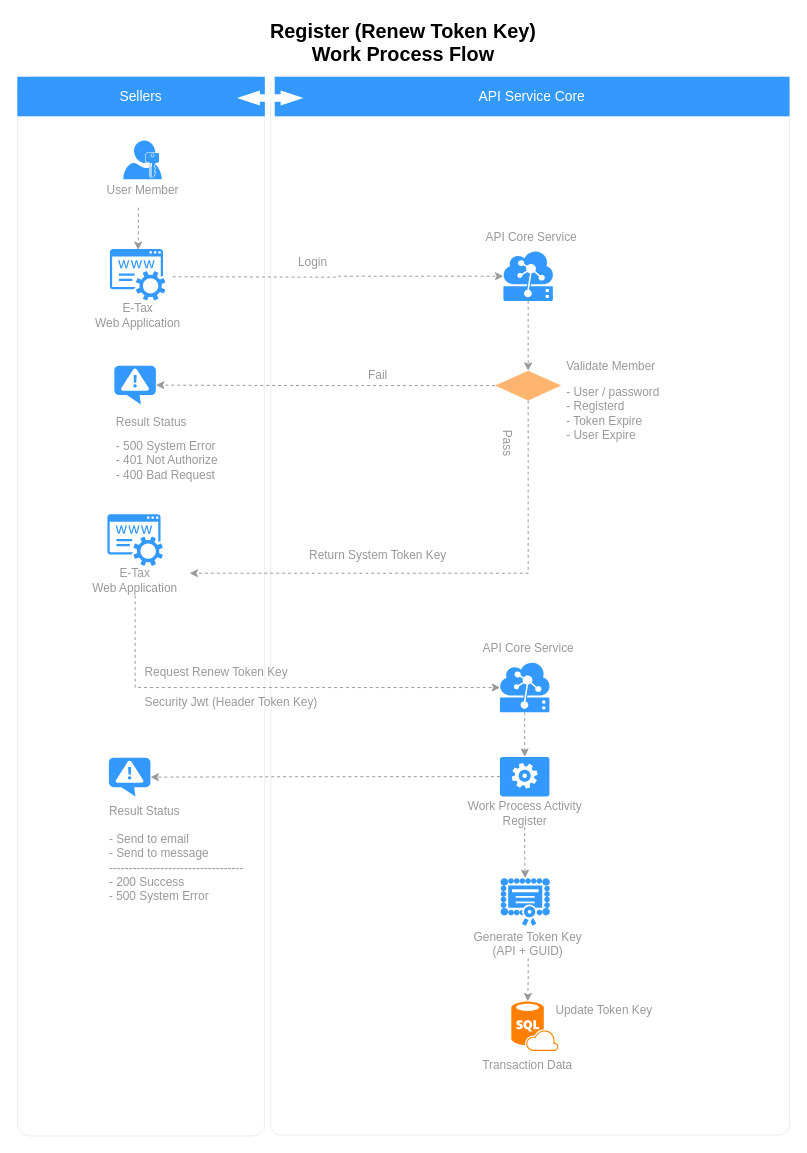
Above: Register Renew Token-Key.drawio in nirawat/eTax (draw.io), before the change. Source tidied: cells renumbered, new cells numbered last; positions are measured from the earlier drawing's top-left corner, leaving out a move shared by most shapes. Both pictures are drawn from the tidied source at 99%, with x=0, y=0 at pixel (17, 17).
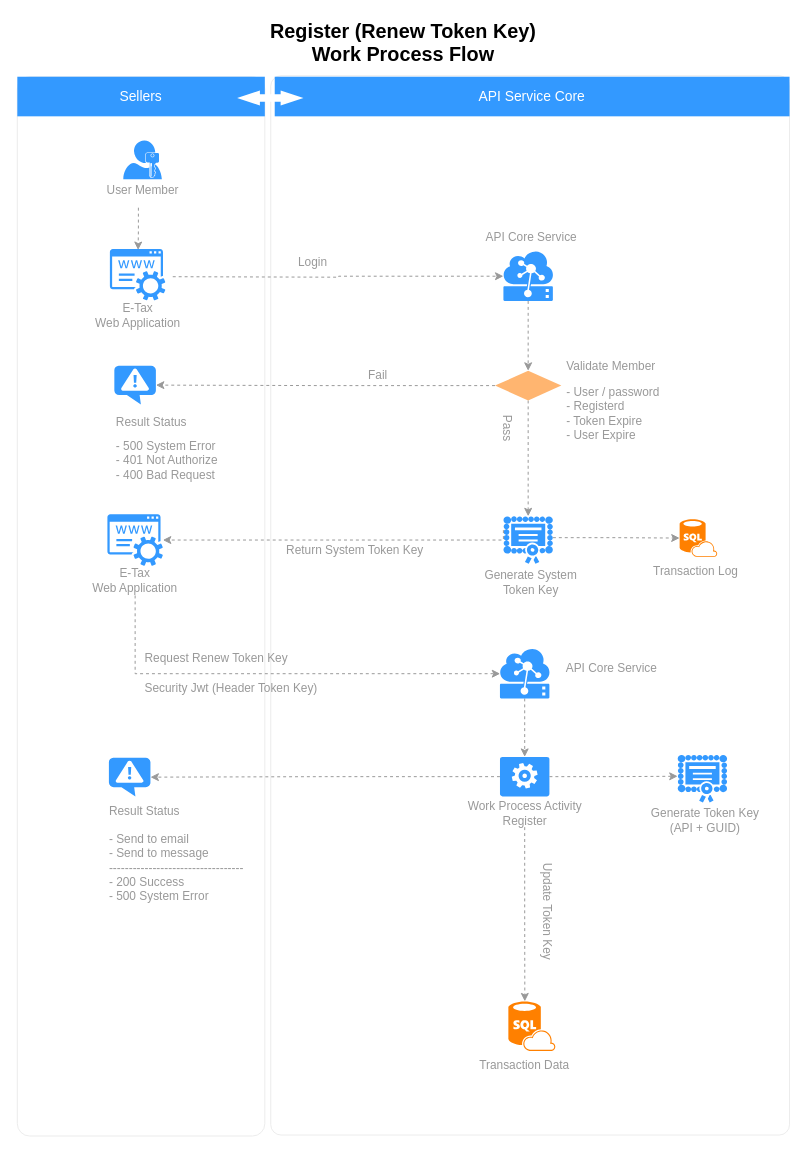
After the change.

The change refers to these unchanged cells:
```xml
<mxCell id="13" style="shadow=0;dashed=0;html=1;strokeColor=none;labelPosition=center;verticalLabelPosition=bottom;verticalAlign=top;align=center;shape=mxgraph.mscae.intune.inventory_license;fillColor=#3399FF;fontSize=14;" parent="12" vertex="1">
  <mxGeometry x="29" y="3" width="50" height="48" as="geometry" />
</mxCell>
<mxCell id="14" value="Generate Token Key&lt;br&gt;(API + GUID)&lt;br&gt;" style="text;html=1;strokeColor=none;fillColor=none;align=center;verticalAlign=middle;whiteSpace=wrap;rounded=0;fontSize=12;fontColor=#999999;" parent="12" vertex="1">
  <mxGeometry y="54" width="114" height="30" as="geometry" />
</mxCell>
<mxCell id="23" style="verticalLabelPosition=bottom;html=1;verticalAlign=top;align=center;strokeColor=none;fillColor=#FF8000;shape=mxgraph.azure.sql_database_sql_azure;fontSize=12;fontColor=#999999;" parent="21" vertex="1">
  <mxGeometry x="31" width="47.5" height="50" as="geometry" />
</mxCell>
<mxCell id="26" style="rhombus;whiteSpace=wrap;html=1;strokeColor=none;strokeWidth=1;fillColor=#FFB570;fontSize=12;fontColor=#999999;align=left;" parent="1" vertex="1">
  <mxGeometry x="482.5" y="357" width="67" height="30" as="geometry" />
</mxCell>
<mxCell id="38" style="shadow=0;dashed=0;html=1;strokeColor=none;fillColor=#3399FF;labelPosition=center;verticalLabelPosition=bottom;verticalAlign=top;outlineConnect=0;align=center;shape=mxgraph.office.services.registrar_service;" parent="37" vertex="1">
  <mxGeometry x="27" y="-30" width="56" height="52" as="geometry" />
</mxCell>
<mxCell id="39" value="E-Tax &lt;br&gt;Web Application" style="text;html=1;strokeColor=none;fillColor=none;align=center;verticalAlign=middle;whiteSpace=wrap;rounded=0;fontSize=12;fontColor=#999999;" parent="37" vertex="1">
  <mxGeometry y="22" width="110" height="30" as="geometry" />
</mxCell>
<mxCell id="48" style="verticalLabelPosition=bottom;html=1;verticalAlign=top;align=center;strokeColor=none;fillColor=#3399FF;shape=mxgraph.azure.worker_role;fontSize=12;fontColor=#999999;" parent="1" vertex="1">
  <mxGeometry x="487.5" y="747" width="50" height="40" as="geometry" />
</mxCell>
<mxCell id="50" value="Work Process Activity&lt;br&gt;Register" style="text;html=1;strokeColor=none;fillColor=none;align=center;verticalAlign=middle;whiteSpace=wrap;rounded=0;fontSize=12;fontColor=#999999;" parent="1" vertex="1">
  <mxGeometry x="432.5" y="789" width="160" height="29" as="geometry" />
</mxCell>
```

Change to the diagram source:
```diff
@@
     <mxCell id="12" style="group;" parent="1" vertex="1">
-      <mxGeometry x="459" y="866.5" width="114" height="81" as="geometry" />
+      <mxGeometry x="638" y="742" width="114" height="81" as="geometry" />
     </mxCell>
@@
     <mxCell id="20" style="group;" parent="1" vertex="1">
-      <mxGeometry x="468" y="994" width="108" height="79" as="geometry" />
+      <mxGeometry x="465" y="994" width="108" height="79" as="geometry" />
     </mxCell>
@@
-    <mxCell id="25" style="edgeStyle=orthogonalEdgeStyle;rounded=0;jettySize=auto;html=1;exitX=0.5;exitY=1;exitDx=0;exitDy=0;entryX=1;entryY=0.25;entryDx=0;entryDy=0;dashed=1;strokeColor=#999999;" parent="1" edge="1" source="26" target="39">
+    <mxCell id="25" style="edgeStyle=orthogonalEdgeStyle;rounded=0;jettySize=auto;html=1;exitX=0.5;exitY=1;exitDx=0;exitDy=0;entryX=0.5;entryY=0;entryDx=0;entryDy=0;dashed=1;strokeColor=#999999;entryPerimeter=0;" parent="1" edge="1" source="26" target="56">
       <mxGeometry relative="1" as="geometry" />
     </mxCell>
@@
     <mxCell id="30" value="&lt;div style=&quot;text-align: left&quot;&gt;&lt;span&gt;Pass&lt;/span&gt;&lt;/div&gt;" style="text;html=1;strokeColor=none;fillColor=none;align=left;verticalAlign=middle;whiteSpace=wrap;rounded=0;fontSize=12;fontColor=#999999;rotation=90;" parent="1" vertex="1">
-      <mxGeometry x="470" y="430" width="50" height="20" as="geometry" />
+      <mxGeometry x="470" y="415" width="50" height="20" as="geometry" />
     </mxCell>
@@
-    <mxCell id="40" value="Return System Token Key" style="text;html=1;strokeColor=none;fillColor=none;align=center;verticalAlign=middle;whiteSpace=wrap;rounded=0;fontSize=12;fontColor=#999999;" parent="1" vertex="1">
-      <mxGeometry x="260" y="534" width="209" height="20" as="geometry" />
+    <mxCell id="40" value="Return System Token Key" style="text;html=1;strokeColor=none;fillColor=none;align=left;verticalAlign=middle;whiteSpace=wrap;rounded=0;fontSize=12;fontColor=#999999;" parent="1" vertex="1">
+      <mxGeometry x="269.5" y="529" width="209" height="20" as="geometry" />
     </mxCell>
@@
     <mxCell id="43" style="shadow=0;dashed=0;html=1;strokeColor=none;labelPosition=center;verticalLabelPosition=bottom;verticalAlign=top;align=center;shape=mxgraph.mscae.cloud.iot_edge;fillColor=#3399FF;fontSize=12;fontColor=#999999;" parent="1" vertex="1">
-      <mxGeometry x="487.5" y="652" width="50" height="50" as="geometry" />
+      <mxGeometry x="487.5" y="638" width="50" height="50" as="geometry" />
     </mxCell>
     <mxCell id="44" value="API Core Service" style="text;html=1;strokeColor=none;fillColor=none;align=center;verticalAlign=middle;whiteSpace=wrap;rounded=0;fontSize=12;fontColor=#999999;" parent="1" vertex="1">
-      <mxGeometry x="465.5" y="623" width="101" height="29" as="geometry" />
+      <mxGeometry x="549.5" y="643.5" width="101" height="29" as="geometry" />
     </mxCell>
@@
     <mxCell id="46" value="Request Renew Token Key" style="text;html=1;strokeColor=none;fillColor=none;align=left;verticalAlign=middle;whiteSpace=wrap;rounded=0;fontSize=12;fontColor=#999999;" parent="1" vertex="1">
-      <mxGeometry x="127" y="652" width="166" height="20" as="geometry" />
+      <mxGeometry x="127" y="638" width="166" height="20" as="geometry" />
     </mxCell>
@@
-    <mxCell id="49" style="edgeStyle=orthogonalEdgeStyle;rounded=0;jettySize=auto;html=1;exitX=0.5;exitY=1;exitDx=0;exitDy=0;entryX=0.5;entryY=0;entryDx=0;entryDy=0;entryPerimeter=0;dashed=1;strokeColor=#999999;" parent="1" edge="1" source="50" target="13">
+    <mxCell id="49" style="edgeStyle=orthogonalEdgeStyle;rounded=0;jettySize=auto;html=1;exitX=1;exitY=0.5;exitDx=0;exitDy=0;entryX=0;entryY=0.45;entryDx=0;entryDy=0;entryPerimeter=0;dashed=1;strokeColor=#999999;exitPerimeter=0;" parent="1" edge="1" source="48" target="13">
       <mxGeometry relative="1" as="geometry" />
     </mxCell>
@@
-    <mxCell id="51" style="edgeStyle=orthogonalEdgeStyle;rounded=0;jettySize=auto;html=1;exitX=0.5;exitY=1;exitDx=0;exitDy=0;entryX=0.35;entryY=0;entryDx=0;entryDy=0;entryPerimeter=0;dashed=1;strokeColor=#999999;" parent="1" edge="1" source="14" target="23">
+    <mxCell id="51" style="edgeStyle=orthogonalEdgeStyle;rounded=0;jettySize=auto;html=1;exitX=0.5;exitY=1;exitDx=0;exitDy=0;entryX=0.35;entryY=0;entryDx=0;entryDy=0;entryPerimeter=0;dashed=1;strokeColor=#999999;" parent="1" edge="1" source="50" target="23">
       <mxGeometry relative="1" as="geometry" />
     </mxCell>
-    <mxCell id="52" value="Update Token Key&lt;br&gt;" style="text;html=1;strokeColor=none;fillColor=none;align=left;verticalAlign=middle;whiteSpace=wrap;rounded=0;fontSize=12;fontColor=#999999;" parent="1" vertex="1">
-      <mxGeometry x="542" y="990" width="143" height="25" as="geometry" />
+    <mxCell id="52" value="Update Token Key&lt;br&gt;" style="text;html=1;strokeColor=none;fillColor=none;align=center;verticalAlign=middle;whiteSpace=wrap;rounded=0;fontSize=12;fontColor=#999999;rotation=90;" parent="1" vertex="1">
+      <mxGeometry x="480" y="891" width="111" height="25" as="geometry" />
     </mxCell>
@@
     <mxCell id="54" value="Security Jwt (Header Token Key)" style="text;html=1;strokeColor=none;fillColor=none;align=left;verticalAlign=middle;whiteSpace=wrap;rounded=0;fontSize=12;fontColor=#999999;" parent="1" vertex="1">
-      <mxGeometry x="127" y="682" width="215" height="20" as="geometry" />
+      <mxGeometry x="127" y="668" width="215" height="20" as="geometry" />
     </mxCell>
+    <mxCell id="55" style="group;" parent="1" vertex="1">
+      <mxGeometry x="462" y="501" width="114" height="81" as="geometry" />
+    </mxCell>
+    <mxCell id="56" style="shadow=0;dashed=0;html=1;strokeColor=none;labelPosition=center;verticalLabelPosition=bottom;verticalAlign=top;align=center;shape=mxgraph.mscae.intune.inventory_license;fillColor=#3399FF;fontSize=14;" parent="55" vertex="1">
+      <mxGeometry x="29" y="3" width="50" height="48" as="geometry" />
+    </mxCell>
+    <mxCell id="57" value="Generate System&lt;br&gt;Token Key&lt;br&gt;" style="text;html=1;strokeColor=none;fillColor=none;align=center;verticalAlign=middle;whiteSpace=wrap;rounded=0;fontSize=12;fontColor=#999999;" parent="55" vertex="1">
+      <mxGeometry y="55" width="114" height="30" as="geometry" />
+    </mxCell>
+    <mxCell id="58" style="edgeStyle=orthogonalEdgeStyle;rounded=0;jettySize=auto;html=1;dashed=1;strokeColor=#999999;" parent="1" edge="1" target="38">
+      <mxGeometry relative="1" as="geometry">
+        <mxPoint x="491" y="518" as="sourcePoint" />
+        <Array as="points">
+          <mxPoint x="491" y="528" />
+        </Array>
+      </mxGeometry>
+    </mxCell>
+    <mxCell id="59" style="group;" parent="1" vertex="1">
+      <mxGeometry x="638" y="507" width="95" height="67" as="geometry" />
+    </mxCell>
+    <mxCell id="60" value="Transaction Log" style="text;html=1;strokeColor=none;fillColor=none;align=center;verticalAlign=middle;whiteSpace=wrap;rounded=0;fontSize=12;fontColor=#999999;" parent="59" vertex="1">
+      <mxGeometry y="38" width="95" height="29" as="geometry" />
+    </mxCell>
+    <mxCell id="61" style="verticalLabelPosition=bottom;html=1;verticalAlign=top;align=center;strokeColor=none;fillColor=#FF8000;shape=mxgraph.azure.sql_database_sql_azure;fontSize=12;fontColor=#999999;" parent="59" vertex="1">
+      <mxGeometry x="31" width="38" height="38" as="geometry" />
+    </mxCell>
+    <mxCell id="62" style="edgeStyle=orthogonalEdgeStyle;rounded=0;jettySize=auto;html=1;exitX=1;exitY=0.45;exitDx=0;exitDy=0;exitPerimeter=0;entryX=0;entryY=0.5;entryDx=0;entryDy=0;entryPerimeter=0;dashed=1;strokeColor=#999999;" parent="1" edge="1" source="56" target="61">
+      <mxGeometry relative="1" as="geometry" />
+    </mxCell>
```
